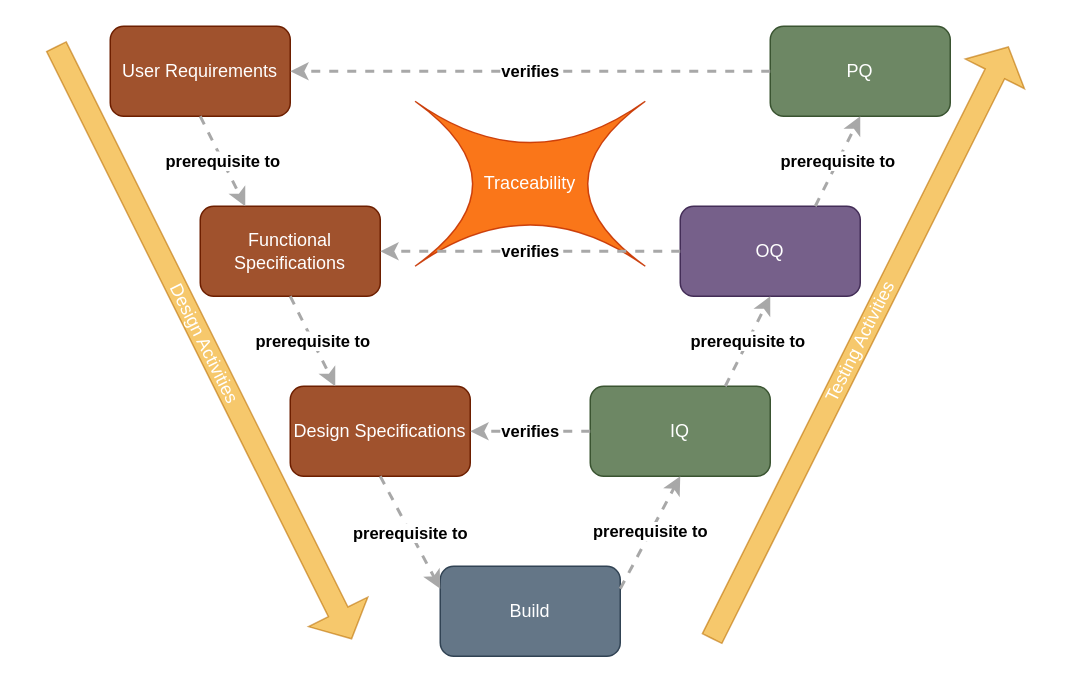
sableu/BDD4OQ keeps this draw.io diagram as documentation/TestStrategy.drawio. Above is the earlier version. Source tidied: cells renumbered, new cells numbered last; positions are measured from the earlier drawing's top-left corner, leaving out a move shared by most shapes. Both pictures are drawn from the tidied source at 150%, with x=0, y=0 at pixel (-128, 26).
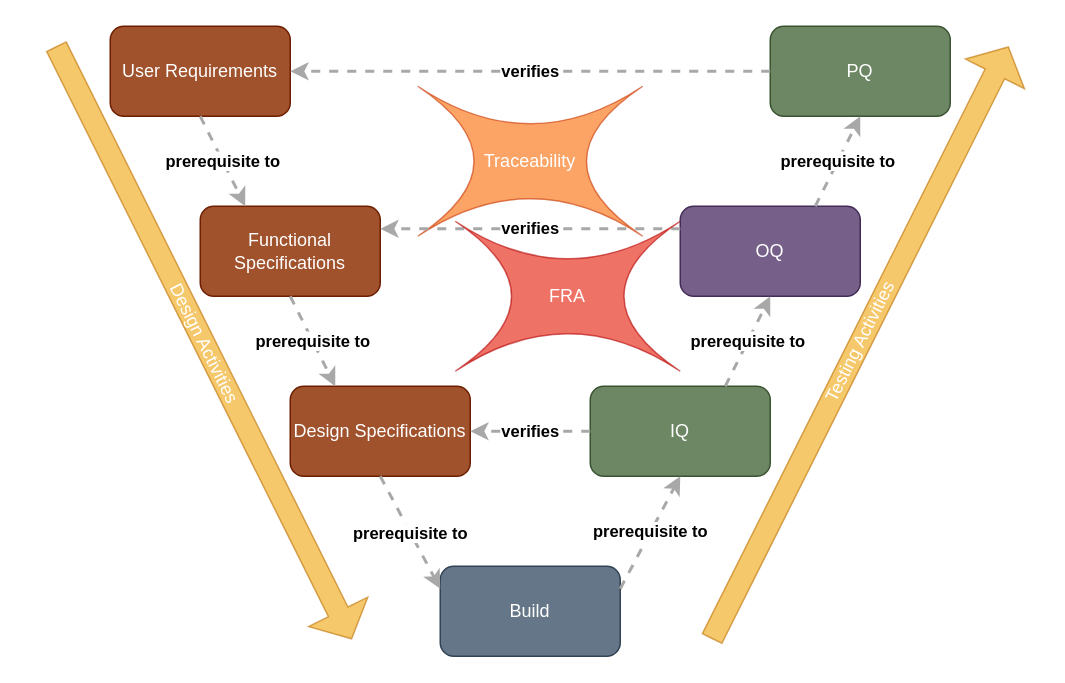
Above is the later version.

Unchanged cells that the change refers to:
```xml
<mxCell id="2" value="User Requirements" style="rounded=1;whiteSpace=wrap;html=1;fillColor=#a0522d;strokeColor=#6D1F00;fontColor=#ffffff;" parent="1" vertex="1">
  <mxGeometry x="158" width="120" height="60" as="geometry" />
</mxCell>
<mxCell id="3" value="Functional Specifications" style="rounded=1;whiteSpace=wrap;html=1;fillColor=#a0522d;strokeColor=#6D1F00;fontColor=#ffffff;" parent="1" vertex="1">
  <mxGeometry x="218" y="120" width="120" height="60" as="geometry" />
</mxCell>
<mxCell id="6" value="OQ" style="rounded=1;whiteSpace=wrap;html=1;fillColor=#76608a;strokeColor=#432D57;fontColor=#ffffff;" parent="1" vertex="1">
  <mxGeometry x="538" y="120" width="120" height="60" as="geometry" />
</mxCell>
<mxCell id="7" value="PQ" style="rounded=1;whiteSpace=wrap;html=1;fillColor=#6d8764;strokeColor=#3A5431;fontColor=#ffffff;" parent="1" vertex="1">
  <mxGeometry x="598" width="120" height="60" as="geometry" />
</mxCell>
```

What changed in the source:
```diff
@@
-    <mxCell id="17" value="Traceability" style="shape=switch;whiteSpace=wrap;html=1;fillColor=#fa6800;strokeColor=#C73500;fontColor=#ffffff;opacity=90;" parent="1" vertex="1">
-      <mxGeometry x="361.2" y="50" width="153.5" height="110" as="geometry" />
+    <mxCell id="17" value="Traceability" style="shape=switch;whiteSpace=wrap;html=1;fillColor=#fa6800;strokeColor=#C73500;fontColor=#ffffff;opacity=60;" parent="1" vertex="1">
+      <mxGeometry x="363" y="40" width="150" height="100" as="geometry" />
     </mxCell>
@@
+    <mxCell id="20" value="&lt;div style=&quot;text-align: left&quot;&gt;&lt;div style=&quot;text-align: center&quot;&gt;&lt;b&gt;verifies&lt;/b&gt;&lt;/div&gt;&lt;/div&gt;" style="edgeStyle=none;rounded=0;html=1;entryX=1;entryY=0.5;jettySize=auto;strokeColor=#A8A8A8;strokeWidth=2;fontColor=#000000;jumpStyle=none;dashed=1;exitX=0;exitY=0.5;exitDx=0;exitDy=0;entryDx=0;entryDy=0;" parent="1" edge="1" source="7" target="2">
+      <mxGeometry relative="1" as="geometry" />
+    </mxCell>
-    <mxCell id="19" value="&lt;div style=&quot;text-align: left&quot;&gt;&lt;div style=&quot;text-align: center&quot;&gt;&lt;b&gt;verifies&lt;/b&gt;&lt;/div&gt;&lt;/div&gt;" style="edgeStyle=none;rounded=0;html=1;entryX=1;entryY=0.5;jettySize=auto;strokeColor=#A8A8A8;strokeWidth=2;fontColor=#000000;jumpStyle=none;dashed=1;exitX=0;exitY=0.5;exitDx=0;exitDy=0;entryDx=0;entryDy=0;" parent="1" edge="1" source="6" target="3">
-      <mxGeometry relative="1" as="geometry" />
+    <mxCell id="19" value="&lt;div style=&quot;text-align: left&quot;&gt;&lt;div style=&quot;text-align: center&quot;&gt;&lt;b&gt;verifies&lt;/b&gt;&lt;/div&gt;&lt;/div&gt;" style="edgeStyle=none;rounded=0;html=1;entryX=1;entryY=0.5;jettySize=auto;orthogonalLoop=1;strokeColor=#A8A8A8;strokeWidth=2;fontColor=#000000;jumpStyle=none;dashed=1;exitX=0;exitY=0.5;exitDx=0;exitDy=0;entryDx=0;entryDy=0;" parent="1" edge="1">
+      <mxGeometry relative="1" as="geometry">
+        <mxPoint x="538" y="135" as="sourcePoint" />
+        <mxPoint x="338" y="135" as="targetPoint" />
+      </mxGeometry>
     </mxCell>
-    <mxCell id="20" value="&lt;div style=&quot;text-align: left&quot;&gt;&lt;div style=&quot;text-align: center&quot;&gt;&lt;b&gt;verifies&lt;/b&gt;&lt;/div&gt;&lt;/div&gt;" style="edgeStyle=none;rounded=0;html=1;entryX=1;entryY=0.5;jettySize=auto;strokeColor=#A8A8A8;strokeWidth=2;fontColor=#000000;jumpStyle=none;dashed=1;exitX=0;exitY=0.5;exitDx=0;exitDy=0;entryDx=0;entryDy=0;" parent="1" edge="1" source="7" target="2">
-      <mxGeometry relative="1" as="geometry" />
-    </mxCell>
+    <mxCell id="21" value="FRA" style="shape=switch;whiteSpace=wrap;html=1;fillColor=#e51400;strokeColor=#B20000;fontColor=#ffffff;opacity=60;" parent="1" vertex="1">
+      <mxGeometry x="388" y="130" width="150" height="100" as="geometry" />
+    </mxCell>
```
